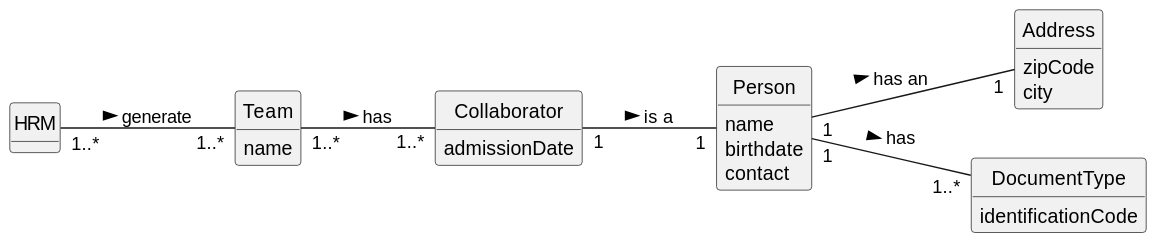
ricardomm7/leaflink keeps this PlantUML diagram as docs/sprintB/us005/02.analysis/svg/us005-domain-model.svg. Above is the earlier version. Its diagram source:
```plantuml
@startuml
skinparam monochrome true
skinparam packageStyle rectangle
skinparam shadowing false

left to right direction

skinparam classAttributeIconSize 0

hide circle
hide methods


class Team {
  name
}

class Person {
    name
    birthdate
    contact
}

class Address{
    zipCode
    city
}

class Collaborator{
    admissionDate
}

class DocumentType{
  identificationCode

}

HRM "1..*" -- "1..*" Team: generate   >
Person "1" -- "1" Address: has an >
Collaborator "1" -- "1"  Person: is a >
Person "1" -- "1..*"  DocumentType: has >
Team "1..*" -- "1..*" Collaborator : has >
@enduml
```
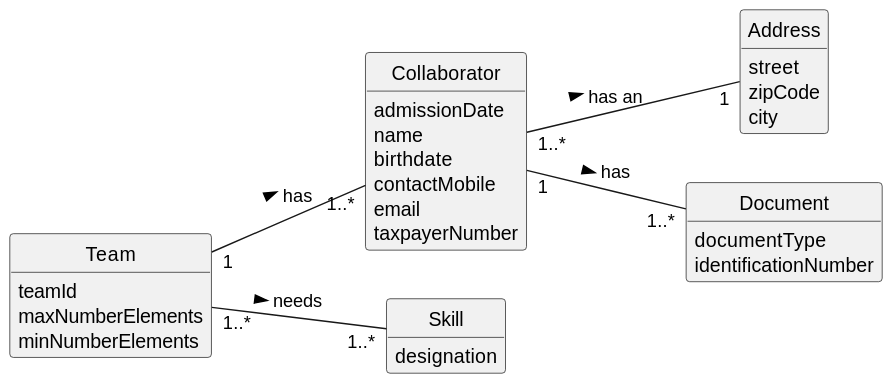
After the change.

Change to the diagram source:
```diff
@@ -10,34 +10,40 @@
 hide circle
 hide methods
 
-
 class Team {
-  name
+    teamId
+    maxNumberElements
+    minNumberElements
 }
 
-class Person {
+class Collaborator {
+    admissionDate
     name
     birthdate
-    contact
+    contactMobile
+    email
+    taxpayerNumber
 }
 
+class Skill{
+    designation
+}
+
+
+
 class Address{
+    street
     zipCode
     city
 }
 
-class Collaborator{
-    admissionDate
+class Document{
+    documentType
+    identificationNumber
 }
 
-class DocumentType{
-  identificationCode
-
-}
-
-HRM "1..*" -- "1..*" Team: generate   >
-Person "1" -- "1" Address: has an >
-Collaborator "1" -- "1"  Person: is a >
-Person "1" -- "1..*"  DocumentType: has >
-Team "1..*" -- "1..*" Collaborator : has >
+Collaborator "1..*" -- "1" Address: has an >
+Collaborator "1" -- "1..*"  Document: has >
+Team "1" -- "1..*" Collaborator : has >
+Team "1..*" -- "1..*" Skill: needs >
 @enduml
```
